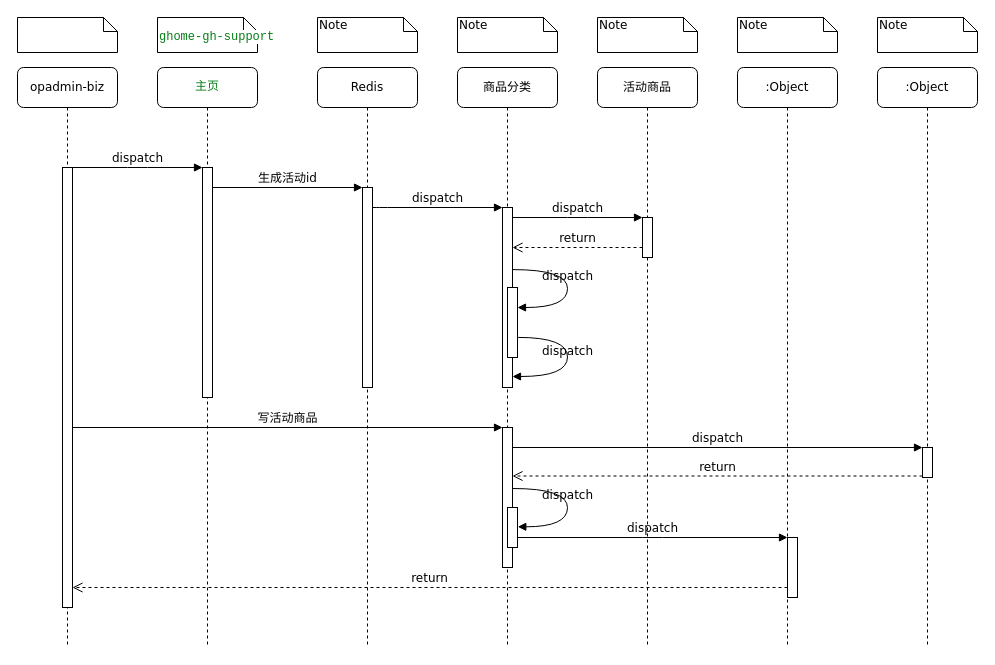
Before: ktt复制时序图.drawio in Luffybaga/draw, a draw.io diagram. Source tidied: cells renumbered, new cells numbered last; positions are measured from the earlier drawing's top-left corner, leaving out a move shared by most shapes. Both pictures are drawn from the tidied source at 100%, with x=0, y=0 at pixel (17, 17).
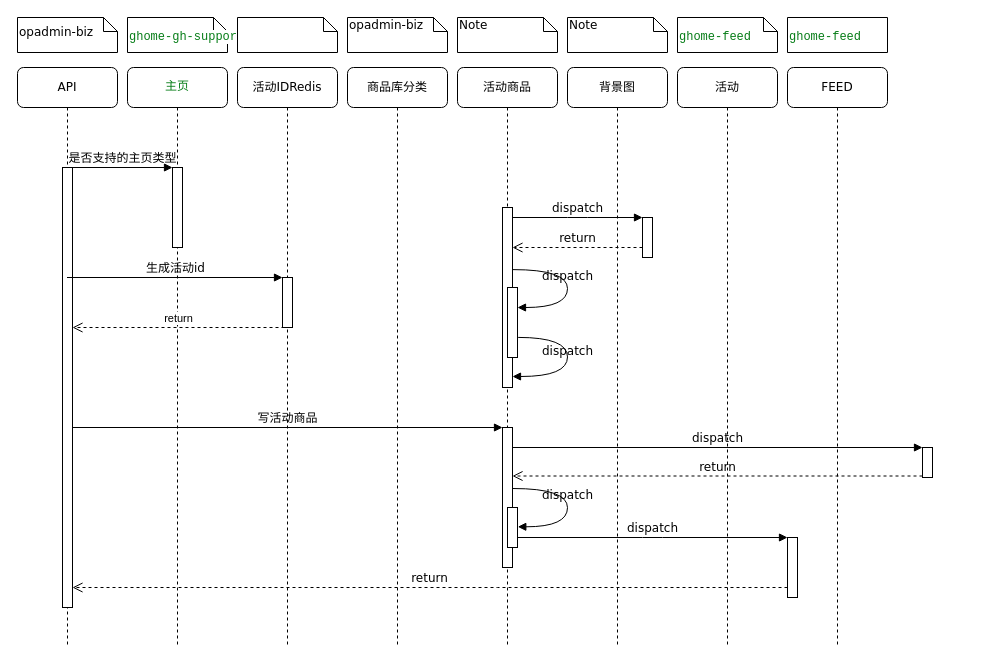
After the change.

Commit message:
更新ktt复制时序图.drawio

Unchanged cells that the change refers to:
```xml
<mxCell id="11" style="html=1;points=[];perimeter=orthogonalPerimeter;rounded=0;shadow=0;comic=0;labelBackgroundColor=none;strokeWidth=1;fontFamily=Verdana;fontSize=12;align=center;" parent="10" vertex="1">
  <mxGeometry x="45" y="100" width="10" height="440" as="geometry" />
</mxCell>
<mxCell id="12" style="html=1;points=[];perimeter=orthogonalPerimeter;rounded=0;shadow=0;comic=0;labelBackgroundColor=none;strokeWidth=1;fontFamily=Verdana;fontSize=12;align=center;" parent="1" vertex="1">
  <mxGeometry x="485" y="190" width="10" height="180" as="geometry" />
</mxCell>
```

What changed in the source:
```diff
@@
     <mxCell id="2" value="&lt;pre style=&quot;background-color:#ffffff;color:#080808;font-family:'JetBrains Mono',monospace;font-size:9.0pt;&quot;&gt;&lt;span style=&quot;color:#067d17;&quot;&gt;主页&lt;/span&gt;&lt;/pre&gt;" style="shape=umlLifeline;perimeter=lifelinePerimeter;whiteSpace=wrap;html=1;rounded=1;shadow=0;comic=0;labelBackgroundColor=none;strokeWidth=1;fontFamily=Verdana;fontSize=12;align=center;" parent="1" vertex="1">
-      <mxGeometry x="140" y="50" width="100" height="580" as="geometry" />
+      <mxGeometry x="110" y="50" width="100" height="580" as="geometry" />
     </mxCell>
     <mxCell id="3" style="html=1;points=[];perimeter=orthogonalPerimeter;rounded=0;shadow=0;comic=0;labelBackgroundColor=none;strokeWidth=1;fontFamily=Verdana;fontSize=12;align=center;" parent="2" vertex="1">
-      <mxGeometry x="45" y="100" width="10" height="230" as="geometry" />
+      <mxGeometry x="45" y="100" width="10" height="80" as="geometry" />
     </mxCell>
-    <mxCell id="4" value="Redis" style="shape=umlLifeline;perimeter=lifelinePerimeter;whiteSpace=wrap;html=1;rounded=1;shadow=0;comic=0;labelBackgroundColor=none;strokeWidth=1;fontFamily=Verdana;fontSize=12;align=center;" parent="1" vertex="1">
-      <mxGeometry x="300" y="50" width="100" height="580" as="geometry" />
+    <mxCell id="4" value="活动IDRedis" style="shape=umlLifeline;perimeter=lifelinePerimeter;whiteSpace=wrap;html=1;rounded=1;shadow=0;comic=0;labelBackgroundColor=none;strokeWidth=1;fontFamily=Verdana;fontSize=12;align=center;" parent="1" vertex="1">
+      <mxGeometry x="220" y="50" width="100" height="580" as="geometry" />
     </mxCell>
     <mxCell id="5" style="html=1;points=[];perimeter=orthogonalPerimeter;rounded=0;shadow=0;comic=0;labelBackgroundColor=none;strokeWidth=1;fontFamily=Verdana;fontSize=12;align=center;" parent="4" vertex="1">
-      <mxGeometry x="45" y="120" width="10" height="200" as="geometry" />
+      <mxGeometry x="45" y="210" width="10" height="50" as="geometry" />
     </mxCell>
-    <mxCell id="6" value="商品分类" style="shape=umlLifeline;perimeter=lifelinePerimeter;whiteSpace=wrap;html=1;rounded=1;shadow=0;comic=0;labelBackgroundColor=none;strokeWidth=1;fontFamily=Verdana;fontSize=12;align=center;" parent="1" vertex="1">
-      <mxGeometry x="440" y="50" width="100" height="580" as="geometry" />
+    <mxCell id="6" value="商品库分类" style="shape=umlLifeline;perimeter=lifelinePerimeter;whiteSpace=wrap;html=1;rounded=1;shadow=0;comic=0;labelBackgroundColor=none;strokeWidth=1;fontFamily=Verdana;fontSize=12;align=center;" parent="1" vertex="1">
+      <mxGeometry x="330" y="50" width="100" height="580" as="geometry" />
     </mxCell>
     <mxCell id="7" value="活动商品" style="shape=umlLifeline;perimeter=lifelinePerimeter;whiteSpace=wrap;html=1;rounded=1;shadow=0;comic=0;labelBackgroundColor=none;strokeWidth=1;fontFamily=Verdana;fontSize=12;align=center;" parent="1" vertex="1">
-      <mxGeometry x="580" y="50" width="100" height="580" as="geometry" />
+      <mxGeometry x="440" y="50" width="100" height="580" as="geometry" />
     </mxCell>
-    <mxCell id="8" value=":Object" style="shape=umlLifeline;perimeter=lifelinePerimeter;whiteSpace=wrap;html=1;rounded=1;shadow=0;comic=0;labelBackgroundColor=none;strokeWidth=1;fontFamily=Verdana;fontSize=12;align=center;" parent="1" vertex="1">
-      <mxGeometry x="720" y="50" width="100" height="580" as="geometry" />
+    <mxCell id="8" value="背景图" style="shape=umlLifeline;perimeter=lifelinePerimeter;whiteSpace=wrap;html=1;rounded=1;shadow=0;comic=0;labelBackgroundColor=none;strokeWidth=1;fontFamily=Verdana;fontSize=12;align=center;" parent="1" vertex="1">
+      <mxGeometry x="550" y="50" width="100" height="580" as="geometry" />
     </mxCell>
-    <mxCell id="9" value=":Object" style="shape=umlLifeline;perimeter=lifelinePerimeter;whiteSpace=wrap;html=1;rounded=1;shadow=0;comic=0;labelBackgroundColor=none;strokeWidth=1;fontFamily=Verdana;fontSize=12;align=center;" parent="1" vertex="1">
-      <mxGeometry x="860" y="50" width="100" height="580" as="geometry" />
+    <mxCell id="9" value="活动" style="shape=umlLifeline;perimeter=lifelinePerimeter;whiteSpace=wrap;html=1;rounded=1;shadow=0;comic=0;labelBackgroundColor=none;strokeWidth=1;fontFamily=Verdana;fontSize=12;align=center;" parent="1" vertex="1">
+      <mxGeometry x="660" y="50" width="100" height="580" as="geometry" />
     </mxCell>
-    <mxCell id="10" value="opadmin-biz" style="shape=umlLifeline;perimeter=lifelinePerimeter;whiteSpace=wrap;html=1;outlineConnect=0;rounded=1;shadow=0;comic=0;labelBackgroundColor=none;strokeWidth=1;fontFamily=Verdana;fontSize=12;align=center;" parent="1" vertex="1">
+    <mxCell id="10" value="API" style="shape=umlLifeline;perimeter=lifelinePerimeter;whiteSpace=wrap;html=1;outlineConnect=0;rounded=1;shadow=0;comic=0;labelBackgroundColor=none;strokeWidth=1;fontFamily=Verdana;fontSize=12;align=center;" parent="1" vertex="1">
       <mxGeometry y="50" width="100" height="580" as="geometry" />
     </mxCell>
@@
-    <mxCell id="13" value="dispatch" style="html=1;verticalAlign=bottom;endArrow=block;labelBackgroundColor=none;fontFamily=Verdana;fontSize=12;edgeStyle=elbowEdgeStyle;elbow=vertical;" parent="1" edge="1" source="5" target="12">
-      <mxGeometry relative="1" as="geometry">
-        <Array as="points">
-          <mxPoint x="360" y="190" />
-        </Array>
-      </mxGeometry>
-    </mxCell>
@@
-    <mxCell id="25" value="dispatch" style="html=1;verticalAlign=bottom;endArrow=block;entryX=0;entryY=0;labelBackgroundColor=none;fontFamily=Verdana;fontSize=12;edgeStyle=elbowEdgeStyle;elbow=vertical;" parent="1" edge="1" source="11" target="3">
+    <mxCell id="25" value="是否支持的主页类型" style="html=1;verticalAlign=bottom;endArrow=block;entryX=0;entryY=0;labelBackgroundColor=none;fontFamily=Verdana;fontSize=12;edgeStyle=elbowEdgeStyle;elbow=vertical;" parent="1" edge="1" source="11" target="3">
       <mxGeometry relative="1" as="geometry" />
     </mxCell>
-    <mxCell id="26" value="生成活动id" style="html=1;verticalAlign=bottom;endArrow=block;entryX=0;entryY=0;labelBackgroundColor=none;fontFamily=Verdana;fontSize=12;edgeStyle=elbowEdgeStyle;elbow=vertical;" parent="1" edge="1" source="3" target="5">
+    <mxCell id="26" value="生成活动id" style="html=1;verticalAlign=bottom;endArrow=block;entryX=0;entryY=0;labelBackgroundColor=none;fontFamily=Verdana;fontSize=12;edgeStyle=elbowEdgeStyle;elbow=vertical;" parent="1" edge="1" source="10" target="5">
       <mxGeometry relative="1" as="geometry" />
     </mxCell>
@@
-    <mxCell id="32" style="shape=note;whiteSpace=wrap;html=1;size=14;verticalAlign=top;align=left;spacingTop=-6;rounded=0;shadow=0;comic=0;labelBackgroundColor=none;strokeWidth=1;fontFamily=Verdana;fontSize=12;" parent="1" vertex="1">
+    <mxCell id="32" value="&lt;span style=&quot;text-align: center;&quot;&gt;opadmin-biz&lt;/span&gt;" style="shape=note;whiteSpace=wrap;html=1;size=14;verticalAlign=middle;align=left;spacingTop=-6;rounded=0;shadow=0;comic=0;labelBackgroundColor=none;strokeWidth=1;fontFamily=Verdana;fontSize=12;" parent="1" vertex="1">
       <mxGeometry width="100" height="35" as="geometry" />
     </mxCell>
     <mxCell id="33" value="&lt;pre style=&quot;background-color:#ffffff;color:#080808;font-family:'JetBrains Mono',monospace;font-size:9.0pt;&quot;&gt;&lt;span style=&quot;color:#067d17;&quot;&gt;ghome-gh-support&lt;/span&gt;&lt;/pre&gt;" style="shape=note;whiteSpace=wrap;html=1;size=14;verticalAlign=top;align=left;spacingTop=-6;rounded=0;shadow=0;comic=0;labelBackgroundColor=none;strokeWidth=1;fontFamily=Verdana;fontSize=12;" parent="1" vertex="1">
-      <mxGeometry x="140" width="100" height="35" as="geometry" />
+      <mxGeometry x="110" width="100" height="35" as="geometry" />
     </mxCell>
-    <mxCell id="34" value="Note" style="shape=note;whiteSpace=wrap;html=1;size=14;verticalAlign=top;align=left;spacingTop=-6;rounded=0;shadow=0;comic=0;labelBackgroundColor=none;strokeWidth=1;fontFamily=Verdana;fontSize=12;" parent="1" vertex="1">
-      <mxGeometry x="300" width="100" height="35" as="geometry" />
+    <mxCell id="34" value="&lt;div style=&quot;text-align: center;&quot;&gt;&lt;br&gt;&lt;/div&gt;" style="shape=note;whiteSpace=wrap;html=1;size=14;verticalAlign=top;align=left;spacingTop=-6;rounded=0;shadow=0;comic=0;labelBackgroundColor=none;strokeWidth=1;fontFamily=Verdana;fontSize=12;" parent="1" vertex="1">
+      <mxGeometry x="220" width="100" height="35" as="geometry" />
     </mxCell>
-    <mxCell id="35" value="Note" style="shape=note;whiteSpace=wrap;html=1;size=14;verticalAlign=top;align=left;spacingTop=-6;rounded=0;shadow=0;comic=0;labelBackgroundColor=none;strokeWidth=1;fontFamily=Verdana;fontSize=12;" parent="1" vertex="1">
-      <mxGeometry x="440" width="100" height="35" as="geometry" />
+    <mxCell id="35" value="&lt;span style=&quot;text-align: center;&quot;&gt;opadmin-biz&lt;/span&gt;" style="shape=note;whiteSpace=wrap;html=1;size=14;verticalAlign=top;align=left;spacingTop=-6;rounded=0;shadow=0;comic=0;labelBackgroundColor=none;strokeWidth=1;fontFamily=Verdana;fontSize=12;" parent="1" vertex="1">
+      <mxGeometry x="330" width="100" height="35" as="geometry" />
     </mxCell>
     <mxCell id="36" value="Note" style="shape=note;whiteSpace=wrap;html=1;size=14;verticalAlign=top;align=left;spacingTop=-6;rounded=0;shadow=0;comic=0;labelBackgroundColor=none;strokeWidth=1;fontFamily=Verdana;fontSize=12;" parent="1" vertex="1">
-      <mxGeometry x="580" width="100" height="35" as="geometry" />
+      <mxGeometry x="440" width="100" height="35" as="geometry" />
     </mxCell>
     <mxCell id="37" value="Note" style="shape=note;whiteSpace=wrap;html=1;size=14;verticalAlign=top;align=left;spacingTop=-6;rounded=0;shadow=0;comic=0;labelBackgroundColor=none;strokeWidth=1;fontFamily=Verdana;fontSize=12;" parent="1" vertex="1">
-      <mxGeometry x="720" width="100" height="35" as="geometry" />
+      <mxGeometry x="550" width="100" height="35" as="geometry" />
     </mxCell>
-    <mxCell id="38" value="Note" style="shape=note;whiteSpace=wrap;html=1;size=14;verticalAlign=top;align=left;spacingTop=-6;rounded=0;shadow=0;comic=0;labelBackgroundColor=none;strokeWidth=1;fontFamily=Verdana;fontSize=12;" parent="1" vertex="1">
-      <mxGeometry x="860" width="100" height="35" as="geometry" />
+    <mxCell id="38" value="&lt;pre style=&quot;background-color:#ffffff;color:#080808;font-family:'JetBrains Mono',monospace;font-size:9.0pt;&quot;&gt;&lt;span style=&quot;color:#067d17;&quot;&gt;ghome-feed&lt;/span&gt;&lt;/pre&gt;" style="shape=note;whiteSpace=wrap;html=1;size=14;verticalAlign=top;align=left;spacingTop=-6;rounded=0;shadow=0;comic=0;labelBackgroundColor=none;strokeWidth=1;fontFamily=Verdana;fontSize=12;" parent="1" vertex="1">
+      <mxGeometry x="660" width="100" height="35" as="geometry" />
     </mxCell>
+    <mxCell id="39" value="return" style="html=1;verticalAlign=bottom;endArrow=open;dashed=1;endSize=8;rounded=0;exitX=0.2;exitY=1;exitDx=0;exitDy=0;exitPerimeter=0;" parent="1" edge="1" source="5" target="11">
+      <mxGeometry relative="1" as="geometry" />
+    </mxCell>
+    <mxCell id="40" value="FEED" style="shape=umlLifeline;perimeter=lifelinePerimeter;whiteSpace=wrap;html=1;rounded=1;shadow=0;comic=0;labelBackgroundColor=none;strokeWidth=1;fontFamily=Verdana;fontSize=12;align=center;" parent="1" vertex="1">
+      <mxGeometry x="770" y="50" width="100" height="580" as="geometry" />
+    </mxCell>
+    <mxCell id="41" value="&lt;pre style=&quot;background-color:#ffffff;color:#080808;font-family:'JetBrains Mono',monospace;font-size:9.0pt;&quot;&gt;&lt;span style=&quot;color:#067d17;&quot;&gt;ghome-feed&lt;/span&gt;&lt;/pre&gt;" style="shape=note;whiteSpace=wrap;html=1;size=0;verticalAlign=top;align=left;spacingTop=-6;rounded=0;shadow=0;comic=0;labelBackgroundColor=none;strokeWidth=1;fontFamily=Verdana;fontSize=12;" parent="1" vertex="1">
+      <mxGeometry x="770" width="100" height="35" as="geometry" />
+    </mxCell>
```
